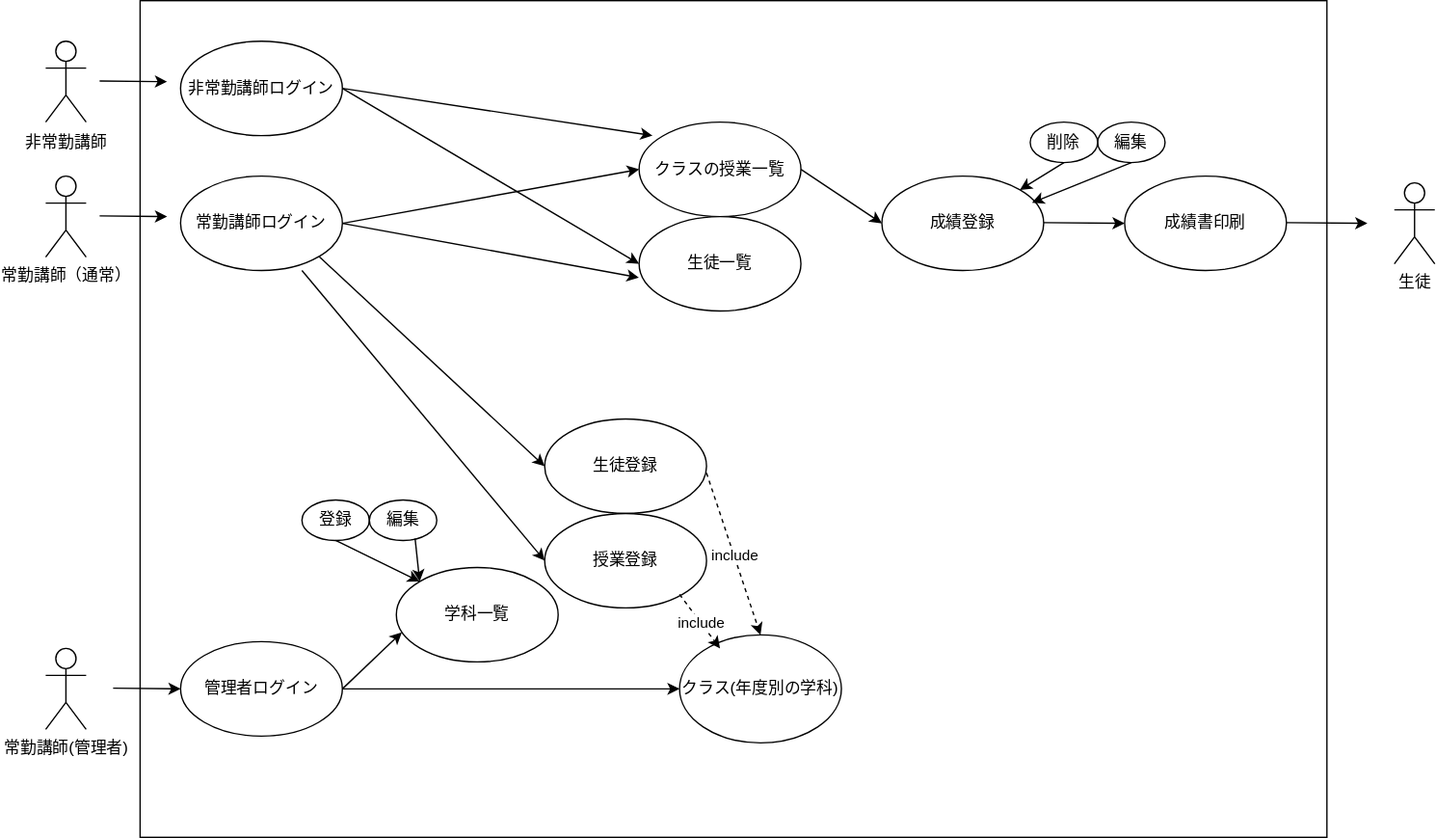
Earlier version of the draw.io export 要件定義書_ユースケース図.drawio.svg (HIKAKINsan/uml-introduction). Source tidied: cells renumbered, new cells last; positions are measured from the earlier drawing's top-left corner, leaving out a move shared by most shapes.
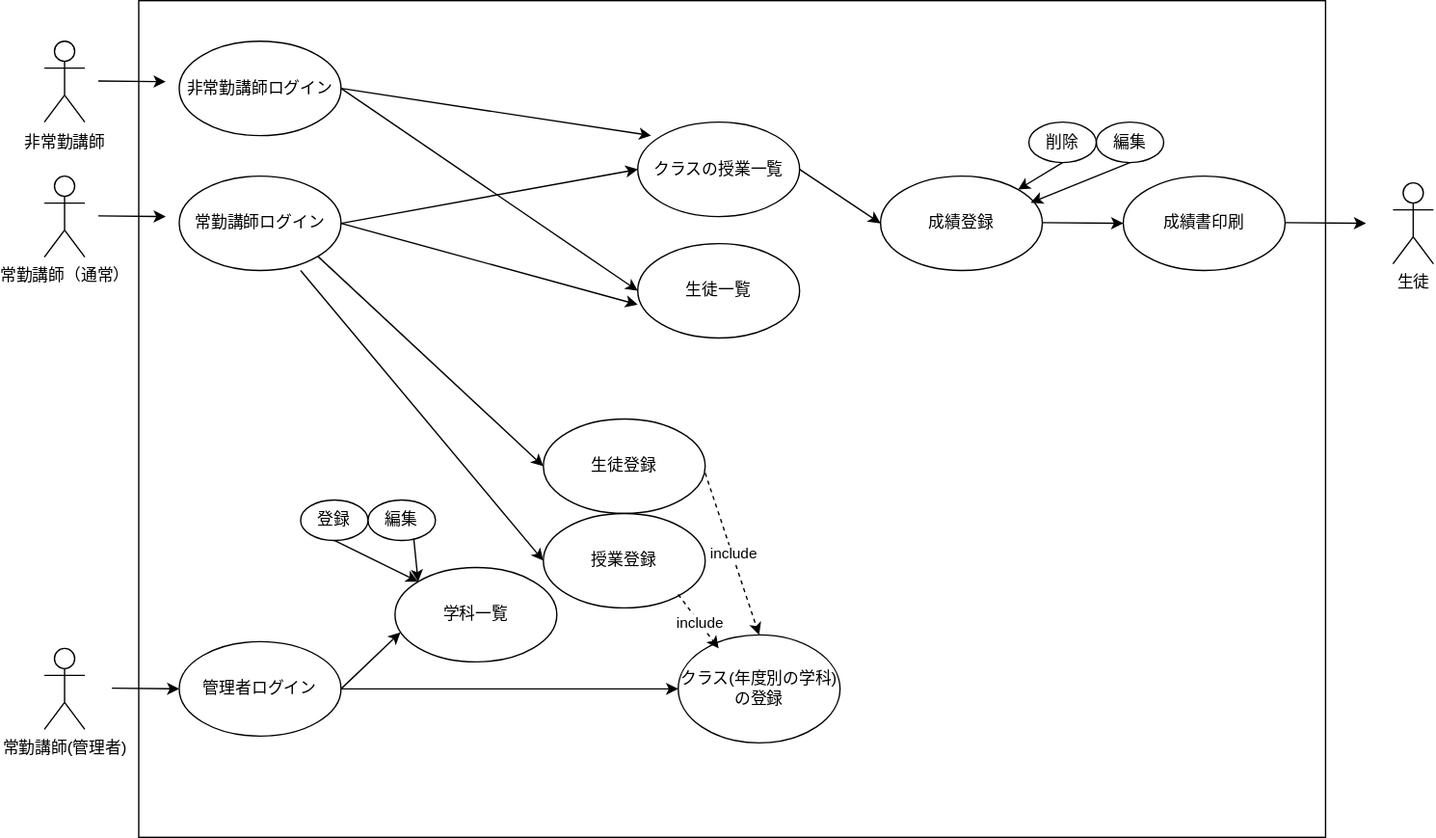
The same file after the commit.

The edit, as a diff of the source:
```diff
@@ -53,7 +53,7 @@
     <mxCell id="15" style="edgeStyle=none;jettySize=auto;html=1;exitX=1;exitY=0.5;exitDx=0;exitDy=0;entryX=0.034;entryY=0.687;entryDx=0;entryDy=0;entryPerimeter=0;" parent="1" edge="1" source="12" target="32">
       <mxGeometry relative="1" as="geometry" />
     </mxCell>
-    <mxCell id="16" value="クラス(年度別の学科)" style="ellipse;whiteSpace=wrap;html=1;" parent="1" vertex="1">
+    <mxCell id="16" value="クラス(年度別の学科)&lt;br&gt;の登録" style="ellipse;whiteSpace=wrap;html=1;" parent="1" vertex="1">
       <mxGeometry x="495" y="470" width="120" height="80" as="geometry" />
     </mxCell>
     <mxCell id="17" style="edgeStyle=none;jettySize=auto;html=1;exitX=1;exitY=0.5;exitDx=0;exitDy=0;entryX=0;entryY=0.5;entryDx=0;entryDy=0;" parent="1" edge="1" source="12" target="16">
@@ -137,7 +137,7 @@
       <mxGeometry relative="1" as="geometry" />
     </mxCell>
     <mxCell id="38" value="生徒一覧" style="ellipse;whiteSpace=wrap;html=1;" parent="1" vertex="1">
-      <mxGeometry x="465" y="160" width="120" height="70" as="geometry" />
+      <mxGeometry x="465" y="180" width="120" height="70" as="geometry" />
     </mxCell>
     <mxCell id="39" style="edgeStyle=none;jettySize=auto;html=1;exitX=1;exitY=0.5;exitDx=0;exitDy=0;entryX=0;entryY=0.5;entryDx=0;entryDy=0;" parent="1" edge="1" source="8" target="38">
       <mxGeometry relative="1" as="geometry" />
```
